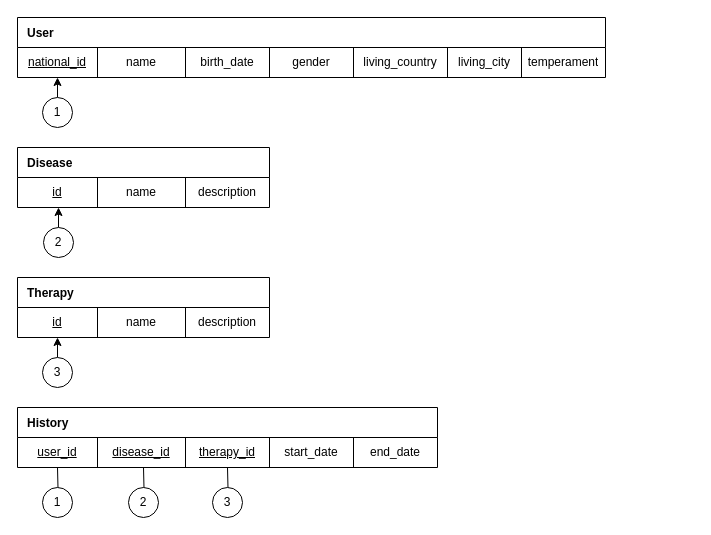
This is diagrams/relational-mapping.drawio from machitgarha/darmana, a draw.io file, before an edit. Source tidied: cells renumbered, new cells numbered last; positions are measured from the earlier drawing's top-left corner, leaving out a move shared by most shapes. Both pictures are drawn from the tidied source at 100%, with x=0, y=0 at pixel (17, 17).
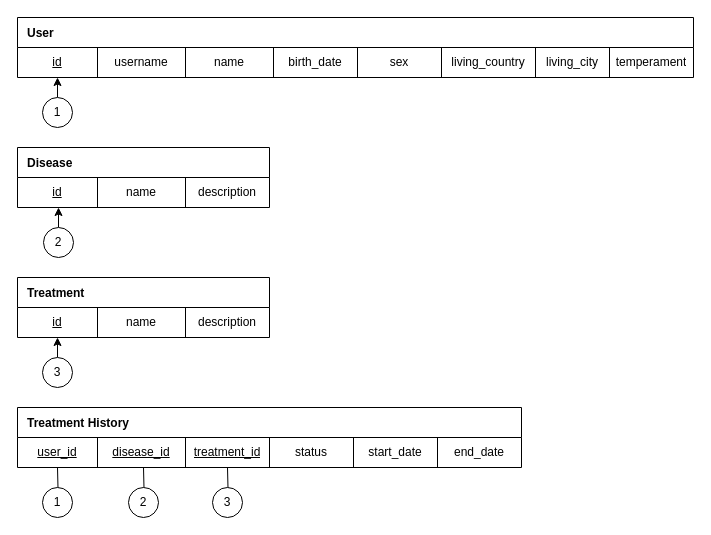
After the change.

Commit message:
RM: Some improvements to the main tables

Change to the diagram source:
```diff
@@
     <mxCell id="2" value="User" style="shape=table;startSize=30;childLayout=tableLayout;fontStyle=1;align=left;rounded=0;spacing=10;direction=east;flipH=0;flipV=0;strokeColor=default;" parent="1" vertex="1">
-      <mxGeometry width="588" height="60" as="geometry" />
+      <mxGeometry width="676" height="60" as="geometry" />
     </mxCell>
     <mxCell id="3" style="shape=partialRectangle;html=1;whiteSpace=wrap;fillColor=none;top=0;left=0;bottom=0;right=0;rounded=0;" parent="2" vertex="1">
-      <mxGeometry y="30" width="588" height="30" as="geometry" />
+      <mxGeometry y="30" width="676" height="30" as="geometry" />
     </mxCell>
-    <mxCell id="4" value="&lt;u&gt;&lt;font style=&quot;font-size: 12px&quot;&gt;national_id&lt;/font&gt;&lt;/u&gt;" style="shape=partialRectangle;html=1;whiteSpace=wrap;fillColor=none;top=0;left=0;bottom=0;right=0;overflow=hidden;rounded=0;strokeColor=default;strokeWidth=1;" parent="3" vertex="1">
+    <mxCell id="4" value="&lt;u&gt;id&lt;/u&gt;" style="shape=partialRectangle;html=1;whiteSpace=wrap;fillColor=none;top=0;left=0;bottom=0;right=0;overflow=hidden;rounded=0;strokeColor=default;strokeWidth=1;" parent="3" vertex="1">
       <mxGeometry width="80" height="30" as="geometry" />
     </mxCell>
+    <mxCell id="40" value="username" style="shape=partialRectangle;html=1;whiteSpace=wrap;fillColor=none;top=0;left=0;bottom=0;right=0;overflow=hidden;rounded=0;" parent="3" vertex="1">
+      <mxGeometry x="80" width="88" height="30" as="geometry" />
+    </mxCell>
     <mxCell id="5" value="name" style="shape=partialRectangle;html=1;whiteSpace=wrap;fillColor=none;top=0;left=0;bottom=0;right=0;overflow=hidden;rounded=0;" parent="3" vertex="1">
-      <mxGeometry x="80" width="88" height="30" as="geometry" />
+      <mxGeometry x="168" width="88" height="30" as="geometry" />
     </mxCell>
     <mxCell id="6" value="birth_date" style="shape=partialRectangle;html=1;whiteSpace=wrap;fillColor=none;top=0;left=0;bottom=0;right=0;overflow=hidden;rounded=0;" parent="3" vertex="1">
-      <mxGeometry x="168" width="84" height="30" as="geometry" />
+      <mxGeometry x="256" width="84" height="30" as="geometry" />
     </mxCell>
-    <mxCell id="7" value="gender" style="shape=partialRectangle;html=1;whiteSpace=wrap;fillColor=none;top=0;left=0;bottom=0;right=0;overflow=hidden;rounded=0;" parent="3" vertex="1">
-      <mxGeometry x="252" width="84" height="30" as="geometry" />
+    <mxCell id="7" value="sex" style="shape=partialRectangle;html=1;whiteSpace=wrap;fillColor=none;top=0;left=0;bottom=0;right=0;overflow=hidden;rounded=0;" parent="3" vertex="1">
+      <mxGeometry x="340" width="84" height="30" as="geometry" />
     </mxCell>
     <mxCell id="8" value="living_country" style="shape=partialRectangle;html=1;whiteSpace=wrap;fillColor=none;top=0;left=0;bottom=0;right=0;overflow=hidden;rounded=0;" parent="3" vertex="1">
-      <mxGeometry x="336" width="94" height="30" as="geometry" />
+      <mxGeometry x="424" width="94" height="30" as="geometry" />
     </mxCell>
     <mxCell id="9" value="living_city" style="shape=partialRectangle;html=1;whiteSpace=wrap;fillColor=none;top=0;left=0;bottom=0;right=0;overflow=hidden;rounded=0;" parent="3" vertex="1">
-      <mxGeometry x="430" width="74" height="30" as="geometry" />
+      <mxGeometry x="518" width="74" height="30" as="geometry" />
     </mxCell>
     <mxCell id="10" value="temperament" style="shape=partialRectangle;html=1;whiteSpace=wrap;fillColor=none;top=0;left=0;bottom=0;right=0;overflow=hidden;rounded=0;" parent="3" vertex="1">
-      <mxGeometry x="504" width="84" height="30" as="geometry" />
+      <mxGeometry x="592" width="84" height="30" as="geometry" />
     </mxCell>
@@
-    <mxCell id="20" value="Therapy" style="shape=table;startSize=30;childLayout=tableLayout;fontStyle=1;align=left;rounded=0;spacing=10;direction=east;flipH=0;flipV=0;strokeColor=default;" parent="1" vertex="1">
+    <mxCell id="20" value="Treatment" style="shape=table;startSize=30;childLayout=tableLayout;fontStyle=1;align=left;rounded=0;spacing=10;direction=east;flipH=0;flipV=0;strokeColor=default;" parent="1" vertex="1">
       <mxGeometry y="260" width="252" height="60" as="geometry" />
     </mxCell>
@@
-    <mxCell id="27" value="History" style="shape=table;startSize=30;childLayout=tableLayout;fontStyle=1;align=left;rounded=0;spacing=10;direction=east;flipH=0;flipV=0;strokeColor=default;" parent="1" vertex="1">
-      <mxGeometry y="390" width="420" height="60" as="geometry" />
+    <mxCell id="27" value="Treatment History" style="shape=table;startSize=30;childLayout=tableLayout;fontStyle=1;align=left;rounded=0;spacing=10;direction=east;flipH=0;flipV=0;strokeColor=default;" parent="1" vertex="1">
+      <mxGeometry y="390" width="504" height="60" as="geometry" />
     </mxCell>
     <mxCell id="28" style="shape=partialRectangle;html=1;whiteSpace=wrap;fillColor=none;top=0;left=0;bottom=0;right=0;rounded=0;" parent="27" vertex="1">
-      <mxGeometry y="30" width="420" height="30" as="geometry" />
+      <mxGeometry y="30" width="504" height="30" as="geometry" />
     </mxCell>
@@
-    <mxCell id="31" value="&lt;u&gt;therapy_id&lt;/u&gt;" style="shape=partialRectangle;html=1;whiteSpace=wrap;fillColor=none;top=0;left=0;bottom=0;right=0;overflow=hidden;rounded=0;" parent="28" vertex="1">
+    <mxCell id="31" value="&lt;u&gt;treatment_id&lt;/u&gt;" style="shape=partialRectangle;html=1;whiteSpace=wrap;fillColor=none;top=0;left=0;bottom=0;right=0;overflow=hidden;rounded=0;" parent="28" vertex="1">
       <mxGeometry x="168" width="84" height="30" as="geometry" />
     </mxCell>
-    <mxCell id="32" value="start_date" style="shape=partialRectangle;html=1;whiteSpace=wrap;fillColor=none;top=0;left=0;bottom=0;right=0;overflow=hidden;rounded=0;" parent="28" vertex="1">
+    <mxCell id="32" value="status" style="shape=partialRectangle;html=1;whiteSpace=wrap;fillColor=none;top=0;left=0;bottom=0;right=0;overflow=hidden;rounded=0;" parent="28" vertex="1">
       <mxGeometry x="252" width="84" height="30" as="geometry" />
     </mxCell>
-    <mxCell id="33" value="end_date" style="shape=partialRectangle;html=1;whiteSpace=wrap;fillColor=none;top=0;left=0;bottom=0;right=0;overflow=hidden;rounded=0;" parent="28" vertex="1">
+    <mxCell id="33" value="start_date" style="shape=partialRectangle;html=1;whiteSpace=wrap;fillColor=none;top=0;left=0;bottom=0;right=0;overflow=hidden;rounded=0;" parent="28" vertex="1">
       <mxGeometry x="336" width="84" height="30" as="geometry" />
     </mxCell>
+    <mxCell id="41" value="end_date" style="shape=partialRectangle;html=1;whiteSpace=wrap;fillColor=none;top=0;left=0;bottom=0;right=0;overflow=hidden;rounded=0;" parent="28" vertex="1">
+      <mxGeometry x="420" width="84" height="30" as="geometry" />
+    </mxCell>
```
